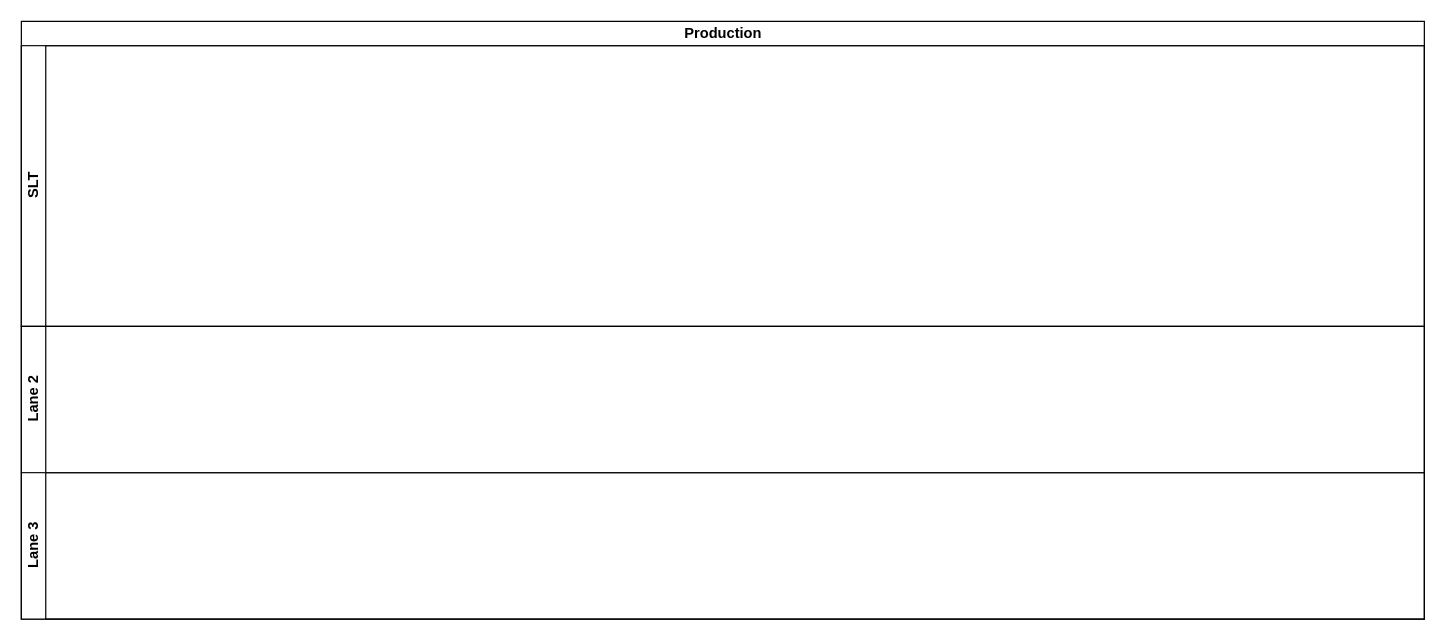
Earlier version of the draw.io diagram LC - Production.drawio (kmagua/flowcharts). Source tidied: cells renumbered, new cells numbered last; positions are measured from the earlier drawing's top-left corner, leaving out a move shared by most shapes. Both pictures are drawn from the tidied source at 122%, with x=0, y=0 at pixel (21, 21).
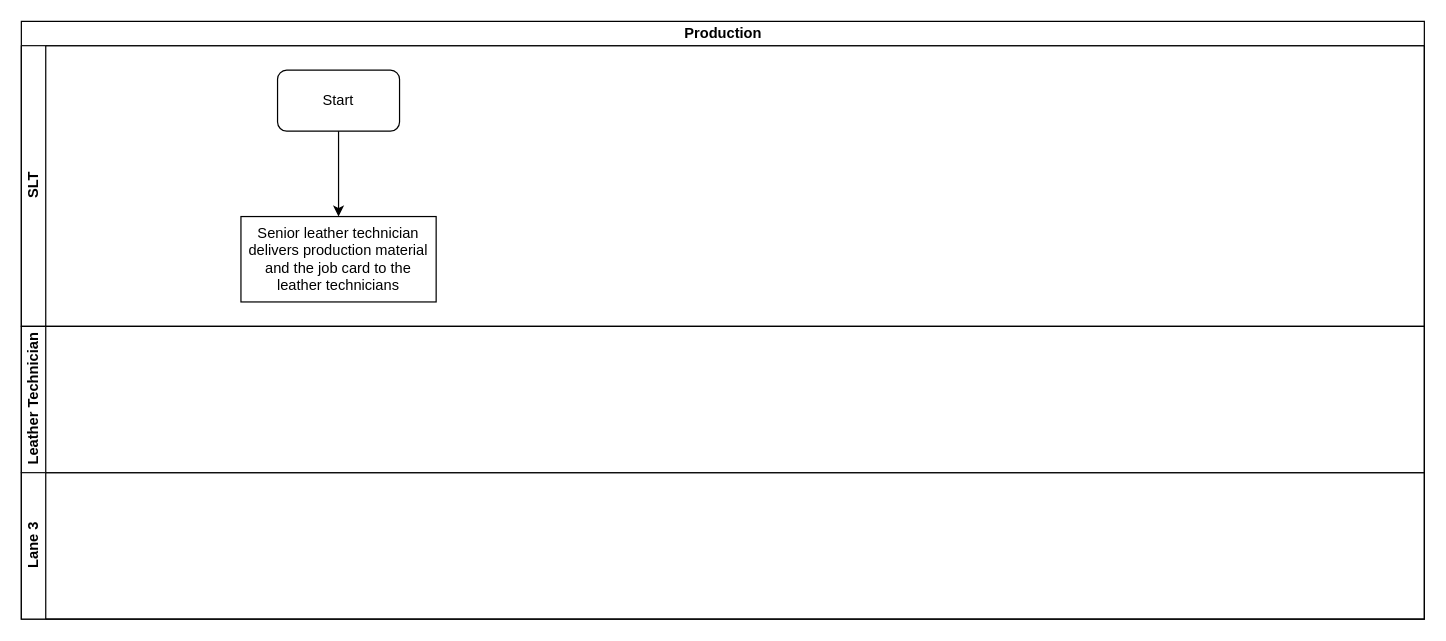
After the change.

What changed in the source:
```diff
@@
 <mxGraphModel>
   <root>
     <mxCell id="0" />
     <mxCell id="1" parent="0" />
     <mxCell id="2" value="Production" style="swimlane;html=1;horizontal=1;startSize=20;" parent="1" vertex="1">
       <mxGeometry width="1150" height="490" as="geometry" />
     </mxCell>
     <mxCell id="3" value="SLT" style="swimlane;html=1;startSize=20;horizontal=0;" parent="2" vertex="1">
       <mxGeometry y="20" width="1150" height="230" as="geometry" />
     </mxCell>
+    <mxCell id="6" value="Start" style="rounded=1;whiteSpace=wrap;html=1;" parent="3" vertex="1">
+      <mxGeometry x="210" y="20" width="100" height="50" as="geometry" />
+    </mxCell>
+    <mxCell id="7" value="Senior leather technician delivers production material and the job card to the leather technicians" style="rounded=0;whiteSpace=wrap;html=1;" parent="3" vertex="1">
+      <mxGeometry x="180" y="140" width="160" height="70" as="geometry" />
+    </mxCell>
+    <mxCell id="8" style="edgeStyle=orthogonalEdgeStyle;rounded=0;jettySize=auto;html=1;entryX=0.5;entryY=0;entryDx=0;entryDy=0;" parent="3" edge="1" source="6" target="7">
+      <mxGeometry relative="1" as="geometry" />
+    </mxCell>
-    <mxCell id="4" value="Lane 2" style="swimlane;html=1;startSize=20;horizontal=0;" parent="2" vertex="1">
+    <mxCell id="4" value="Leather Technician" style="swimlane;html=1;startSize=20;horizontal=0;" parent="2" vertex="1">
       <mxGeometry y="250" width="1150" height="120" as="geometry" />
     </mxCell>
     <mxCell id="5" value="Lane 3" style="swimlane;html=1;startSize=20;horizontal=0;" parent="2" vertex="1">
       <mxGeometry y="370" width="1150" height="120" as="geometry" />
     </mxCell>
   </root>
 </mxGraphModel>
```
